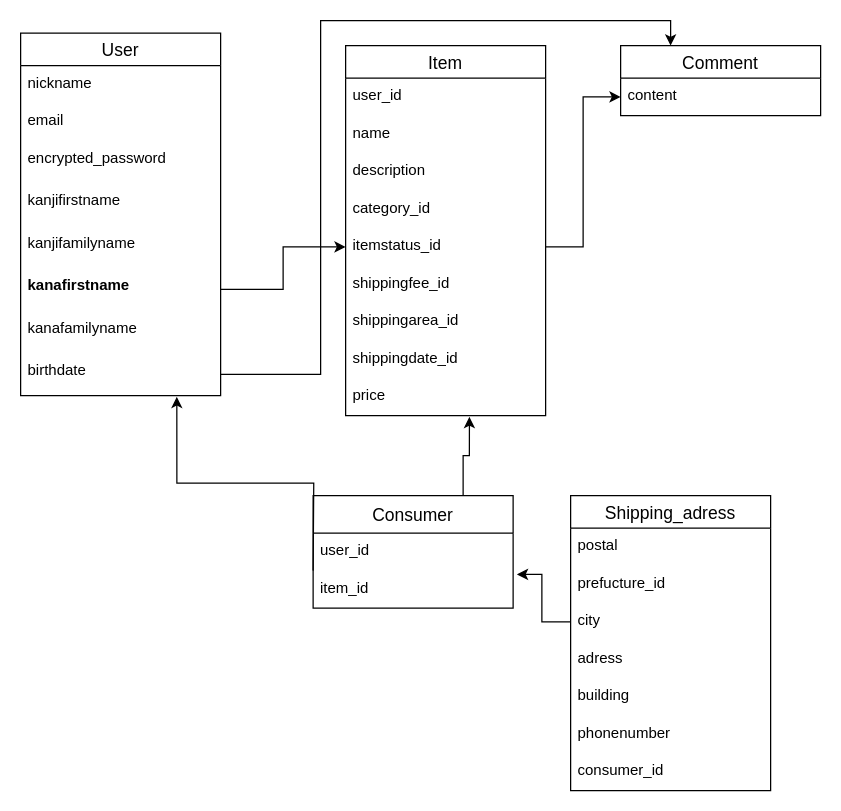
Earlier version of the draw.io diagram test.dio (rokataku/furima-29084). Source tidied: cells renumbered, new cells numbered last; positions are measured from the earlier drawing's top-left corner, leaving out a move shared by most shapes. Both pictures are drawn from the tidied source at 125%, with x=0, y=0 at pixel (20, 20).
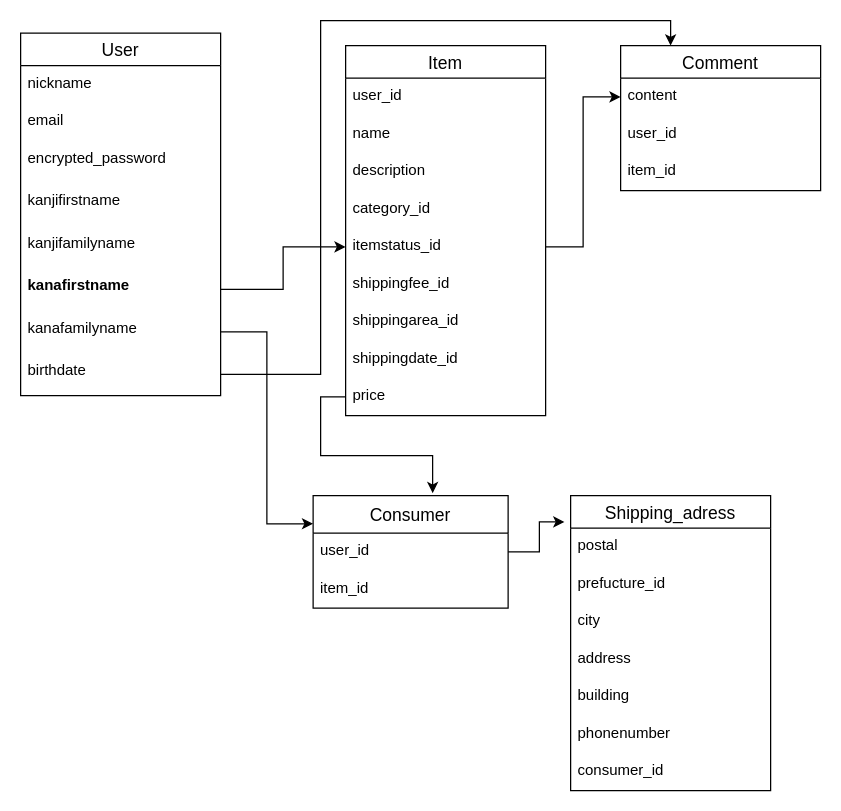
After the change.

The change refers to these unchanged cells:
```xml
<mxCell id="9" value="kanafamilyname" style="text;strokeColor=none;fillColor=none;spacingLeft=4;spacingRight=4;overflow=hidden;points=[[0,0.5],[1,0.5]];portConstraint=eastwest;fontSize=12;" parent="2" vertex="1">
  <mxGeometry y="222" width="160" height="34" as="geometry" />
</mxCell>
<mxCell id="10" value="birthdate" style="text;strokeColor=none;fillColor=none;spacingLeft=4;spacingRight=4;overflow=hidden;points=[[0,0.5],[1,0.5]];portConstraint=eastwest;fontSize=12;" parent="2" vertex="1">
  <mxGeometry y="256" width="160" height="34" as="geometry" />
</mxCell>
<mxCell id="20" value="price" style="text;strokeColor=none;fillColor=none;spacingLeft=4;spacingRight=4;overflow=hidden;points=[[0,0.5],[1,0.5]];portConstraint=eastwest;fontSize=12;fontStyle=0;" parent="11" vertex="1">
  <mxGeometry y="266" width="160" height="30" as="geometry" />
</mxCell>
<mxCell id="30" value="Shipping_adress" style="swimlane;fontStyle=0;horizontal=1;startSize=26;align=center;fontSize=14;" parent="1" vertex="1">
  <mxGeometry x="440" y="380" width="160" height="236" as="geometry" />
</mxCell>
<mxCell id="33" value="city" style="text;strokeColor=none;fillColor=none;spacingLeft=4;spacingRight=4;overflow=hidden;points=[[0,0.5],[1,0.5]];portConstraint=eastwest;fontSize=12;" parent="30" vertex="1">
  <mxGeometry y="86" width="160" height="30" as="geometry" />
</mxCell>
```

Change to the diagram source:
```diff
@@
     <mxCell id="21" value="Comment" style="swimlane;fontStyle=0;horizontal=1;startSize=26;align=center;fontSize=14;" parent="1" vertex="1">
-      <mxGeometry x="480" y="20" width="160" height="56" as="geometry" />
+      <mxGeometry x="480" y="20" width="160" height="116" as="geometry" />
     </mxCell>
@@
+    <mxCell id="40" value="user_id" style="text;strokeColor=none;fillColor=none;spacingLeft=4;spacingRight=4;overflow=hidden;fontSize=12;" parent="21" vertex="1">
+      <mxGeometry y="56" width="160" height="30" as="geometry" />
+    </mxCell>
+    <mxCell id="41" value="item_id" style="text;strokeColor=none;fillColor=none;spacingLeft=4;spacingRight=4;overflow=hidden;fontSize=12;" parent="21" vertex="1">
+      <mxGeometry y="86" width="160" height="30" as="geometry" />
+    </mxCell>
@@
-    <mxCell id="26" style="edgeStyle=orthogonalEdgeStyle;rounded=0;jettySize=auto;html=1;exitX=0.75;exitY=0;exitDx=0;exitDy=0;entryX=0.619;entryY=1.033;entryDx=0;entryDy=0;entryPerimeter=0;" parent="1" edge="1" source="27" target="20">
-      <mxGeometry relative="1" as="geometry" />
-    </mxCell>
+    <mxCell id="42" style="edgeStyle=orthogonalEdgeStyle;rounded=0;jettySize=auto;html=1;entryX=-0.031;entryY=0.089;entryDx=0;entryDy=0;entryPerimeter=0;" parent="1" edge="1" source="27" target="30">
+      <mxGeometry relative="1" as="geometry" />
+    </mxCell>
     <mxCell id="27" value="Consumer" style="swimlane;fontStyle=0;horizontal=1;startSize=30;align=center;fontSize=14;" parent="1" vertex="1">
-      <mxGeometry x="234" y="380" width="160" height="90" as="geometry" />
+      <mxGeometry x="234" y="380" width="156" height="90" as="geometry" />
     </mxCell>
     <mxCell id="28" value="user_id" style="text;strokeColor=none;fillColor=none;spacingLeft=4;spacingRight=4;overflow=hidden;fontSize=12;" parent="27" vertex="1">
-      <mxGeometry y="30" width="160" height="30" as="geometry" />
+      <mxGeometry y="30" width="156" height="30" as="geometry" />
     </mxCell>
     <mxCell id="29" value="item_id" style="text;strokeColor=none;fillColor=none;spacingLeft=4;spacingRight=4;overflow=hidden;points=[[0,0.5],[1,0.5]];portConstraint=eastwest;fontSize=12;" parent="27" vertex="1">
-      <mxGeometry y="60" width="160" height="30" as="geometry" />
+      <mxGeometry y="60" width="156" height="30" as="geometry" />
     </mxCell>
@@
-    <mxCell id="34" value="adress" style="text;strokeColor=none;fillColor=none;spacingLeft=4;spacingRight=4;overflow=hidden;fontSize=12;" parent="30" vertex="1">
+    <mxCell id="34" value="address" style="text;strokeColor=none;fillColor=none;spacingLeft=4;spacingRight=4;overflow=hidden;fontSize=12;" parent="30" vertex="1">
       <mxGeometry y="116" width="160" height="30" as="geometry" />
     </mxCell>
@@
-    <mxCell id="38" style="edgeStyle=orthogonalEdgeStyle;rounded=0;jettySize=auto;html=1;entryX=0.781;entryY=1.029;entryDx=0;entryDy=0;entryPerimeter=0;" parent="1" edge="1" target="10">
-      <mxGeometry relative="1" as="geometry">
-        <mxPoint x="234" y="440" as="sourcePoint" />
-      </mxGeometry>
-    </mxCell>
-    <mxCell id="39" style="edgeStyle=orthogonalEdgeStyle;rounded=0;jettySize=auto;html=1;exitX=0;exitY=0.5;exitDx=0;exitDy=0;entryX=1.019;entryY=0.1;entryDx=0;entryDy=0;entryPerimeter=0;" parent="1" edge="1" source="33" target="29">
-      <mxGeometry relative="1" as="geometry" />
-    </mxCell>
+    <mxCell id="43" style="edgeStyle=orthogonalEdgeStyle;rounded=0;jettySize=auto;html=1;entryX=0;entryY=0.25;entryDx=0;entryDy=0;" parent="1" edge="1" source="9" target="27">
+      <mxGeometry relative="1" as="geometry" />
+    </mxCell>
+    <mxCell id="44" style="edgeStyle=orthogonalEdgeStyle;rounded=0;jettySize=auto;html=1;entryX=0.613;entryY=-0.022;entryDx=0;entryDy=0;entryPerimeter=0;" parent="1" edge="1" source="20" target="27">
+      <mxGeometry relative="1" as="geometry" />
+    </mxCell>
```
